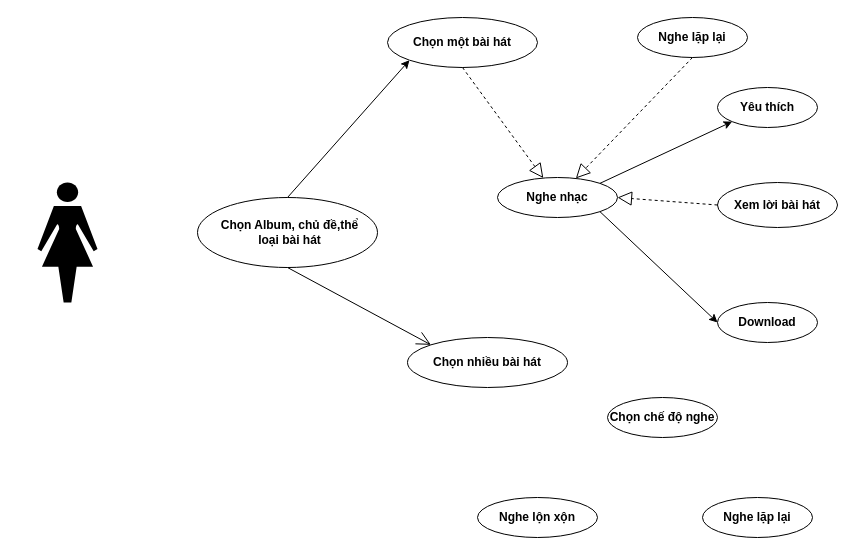
pophuong2610/hello keeps this draw.io diagram as page "listten" (2 of 2) of Untitled Diagram.drawio. Above is the earlier version. Source tidied: cells renumbered, new cells numbered last; positions are measured from the earlier drawing's top-left corner, leaving out a move shared by most shapes. Both pictures are drawn from the tidied source at 100%, with x=0, y=0 at pixel (37, 17).
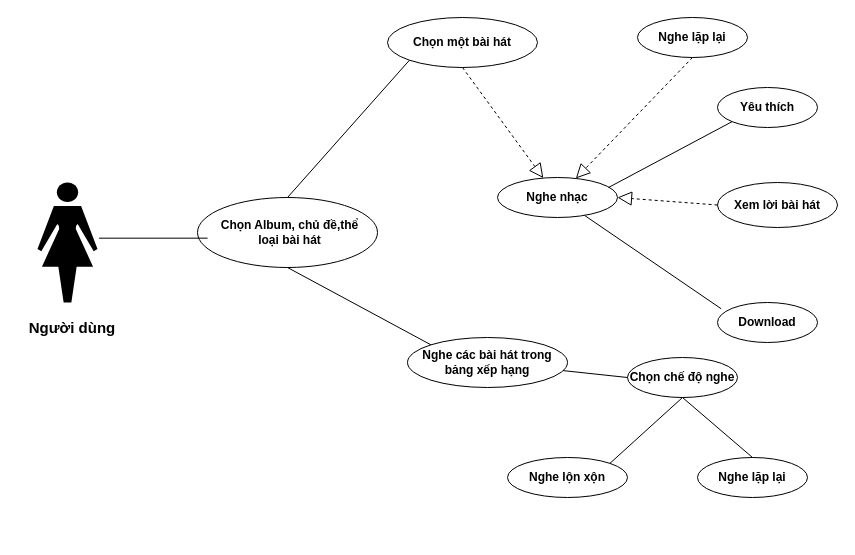
The same page after the edit.

Unchanged cells that the change refers to:
```xml
<mxCell id="2" style="shape=mxgraph.signs.people.woman_2;html=1;fillColor=#000000;strokeColor=none;verticalLabelPosition=bottom;verticalAlign=top;align=center;" parent="1" vertex="1">
  <mxGeometry y="165" width="60" height="120" as="geometry" />
</mxCell>
<mxCell id="3" style="ellipse;whiteSpace=wrap;html=1;" parent="1" vertex="1">
  <mxGeometry x="160" y="180" width="180" height="70" as="geometry" />
</mxCell>
<mxCell id="5" value="&lt;b&gt;Chọn một bài hát&lt;/b&gt;" style="ellipse;whiteSpace=wrap;html=1;" parent="1" vertex="1">
  <mxGeometry x="350" width="150" height="50" as="geometry" />
</mxCell>
<mxCell id="7" value="&lt;b&gt;Nghe nhạc&lt;/b&gt;" style="ellipse;whiteSpace=wrap;html=1;" parent="1" vertex="1">
  <mxGeometry x="460" y="160" width="120" height="40" as="geometry" />
</mxCell>
<mxCell id="9" value="Yêu thích" style="ellipse;whiteSpace=wrap;html=1;fontStyle=1;" parent="1" vertex="1">
  <mxGeometry x="680" y="70" width="100" height="40" as="geometry" />
</mxCell>
<mxCell id="10" value="Download" style="ellipse;whiteSpace=wrap;html=1;fontStyle=1;" parent="1" vertex="1">
  <mxGeometry x="680" y="285" width="100" height="40" as="geometry" />
</mxCell>
```

Change to the diagram source:
```diff
@@
-    <mxCell id="6" value="Chọn nhiều bài hát" style="ellipse;whiteSpace=wrap;html=1;fontStyle=1;" parent="1" vertex="1">
+    <mxCell id="6" value="Nghe các bài hát trong bảng xếp hạng" style="ellipse;whiteSpace=wrap;html=1;fontStyle=1;" parent="1" vertex="1">
       <mxGeometry x="370" y="320" width="160" height="50" as="geometry" />
     </mxCell>
@@
     <mxCell id="11" value="Nghe lộn xộn" style="ellipse;whiteSpace=wrap;html=1;fontStyle=1;" parent="1" vertex="1">
-      <mxGeometry x="440" y="480" width="120" height="40" as="geometry" />
+      <mxGeometry x="470" y="440" width="120" height="40" as="geometry" />
     </mxCell>
     <mxCell id="12" value="Nghe lặp lại" style="ellipse;whiteSpace=wrap;html=1;fontStyle=1;" parent="1" vertex="1">
-      <mxGeometry x="665" y="480" width="110" height="40" as="geometry" />
+      <mxGeometry x="660" y="440" width="110" height="40" as="geometry" />
     </mxCell>
     <mxCell id="13" value="Chọn chế độ nghe" style="ellipse;whiteSpace=wrap;html=1;fontStyle=1;" parent="1" vertex="1">
-      <mxGeometry x="570" y="380" width="110" height="40" as="geometry" />
+      <mxGeometry x="590" y="340" width="110" height="40" as="geometry" />
     </mxCell>
@@
-    <mxCell id="15" style="endArrow=classic;html=1;entryX=0;entryY=1;entryDx=0;entryDy=0;" parent="1" edge="1" target="5">
-      <mxGeometry relative="1" as="geometry">
-        <mxPoint x="250" y="180" as="sourcePoint" />
-      </mxGeometry>
-    </mxCell>
-    <mxCell id="16" style="endArrow=open;endFill=1;endSize=12;html=1;entryX=0;entryY=0;entryDx=0;entryDy=0;exitX=0.5;exitY=1;exitDx=0;exitDy=0;" parent="1" edge="1" source="3" target="6">
-      <mxGeometry relative="1" as="geometry" />
-    </mxCell>
-    <mxCell id="17" style="endArrow=classic;html=1;entryX=0;entryY=1;entryDx=0;entryDy=0;exitX=1;exitY=0;exitDx=0;exitDy=0;" parent="1" edge="1" source="7" target="9">
-      <mxGeometry relative="1" as="geometry" />
-    </mxCell>
-    <mxCell id="18" style="endArrow=classic;html=1;exitX=1;exitY=1;exitDx=0;exitDy=0;entryX=0;entryY=0.5;entryDx=0;entryDy=0;" parent="1" edge="1" source="7" target="10">
-      <mxGeometry relative="1" as="geometry" />
-    </mxCell>
@@
+    <mxCell id="22" style="endArrow=none;html=1;entryX=0;entryY=1;entryDx=0;entryDy=0;exitX=0.5;exitY=0;exitDx=0;exitDy=0;" parent="1" edge="1" source="3" target="5">
+      <mxGeometry relative="1" as="geometry" />
+    </mxCell>
+    <mxCell id="16" style="endArrow=none;html=1;entryX=0;entryY=0;entryDx=0;entryDy=0;exitX=0.5;exitY=1;exitDx=0;exitDy=0;" parent="1" edge="1" source="3" target="6">
+      <mxGeometry relative="1" as="geometry" />
+    </mxCell>
+    <mxCell id="23" style="endArrow=none;html=1;entryX=0;entryY=0.5;entryDx=0;entryDy=0;" parent="1" edge="1" source="6" target="13">
+      <mxGeometry relative="1" as="geometry" />
+    </mxCell>
+    <mxCell id="24" style="endArrow=none;html=1;entryX=0.5;entryY=1;entryDx=0;entryDy=0;exitX=1;exitY=0;exitDx=0;exitDy=0;" parent="1" edge="1" source="11" target="13">
+      <mxGeometry relative="1" as="geometry" />
+    </mxCell>
+    <mxCell id="25" style="endArrow=none;html=1;exitX=0.5;exitY=0;exitDx=0;exitDy=0;entryX=0.5;entryY=1;entryDx=0;entryDy=0;" parent="1" edge="1" source="12" target="13">
+      <mxGeometry relative="1" as="geometry" />
+    </mxCell>
+    <mxCell id="26" style="endArrow=none;html=1;entryX=0.727;entryY=0.951;entryDx=0;entryDy=0;entryPerimeter=0;exitX=0.037;exitY=0.156;exitDx=0;exitDy=0;exitPerimeter=0;" parent="1" edge="1" source="10" target="7">
+      <mxGeometry relative="1" as="geometry" />
+    </mxCell>
+    <mxCell id="27" style="endArrow=none;html=1;entryX=0;entryY=1;entryDx=0;entryDy=0;" parent="1" edge="1" target="9">
+      <mxGeometry relative="1" as="geometry">
+        <mxPoint x="571" y="170" as="sourcePoint" />
+      </mxGeometry>
+    </mxCell>
+    <mxCell id="28" style="endArrow=none;html=1;exitX=1.026;exitY=0.464;exitDx=0;exitDy=0;exitPerimeter=0;entryX=0.056;entryY=0.581;entryDx=0;entryDy=0;entryPerimeter=0;" parent="1" edge="1" source="2" target="3">
+      <mxGeometry relative="1" as="geometry" />
+    </mxCell>
+    <mxCell id="29" value="&lt;b style=&quot;font-size: 15px;&quot;&gt;Người dùng&lt;/b&gt;" style="text;html=1;strokeColor=none;fillColor=none;align=center;verticalAlign=middle;whiteSpace=wrap;rounded=0;fontSize=15;" parent="1" vertex="1">
+      <mxGeometry x="-20" y="285" width="110" height="50" as="geometry" />
+    </mxCell>
```
